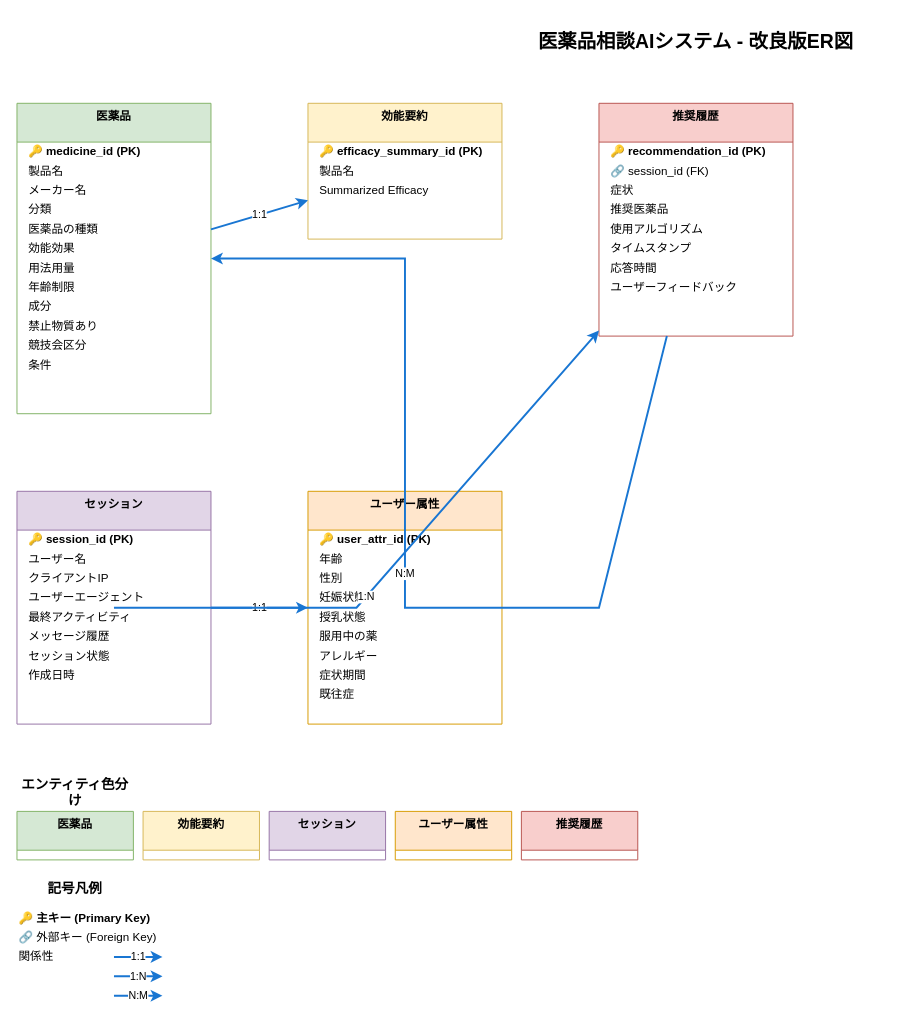
32Lwk/medicine-recommend-system keeps this draw.io diagram as docs/drowio/enhanced_er_diagram.drawio. Above is the earlier version. Source tidied: cells renumbered, new cells numbered last; positions are measured from the earlier drawing's top-left corner, leaving out a move shared by most shapes. Both pictures are drawn from the tidied source at 97%, with x=0, y=0 at pixel (16, 25).
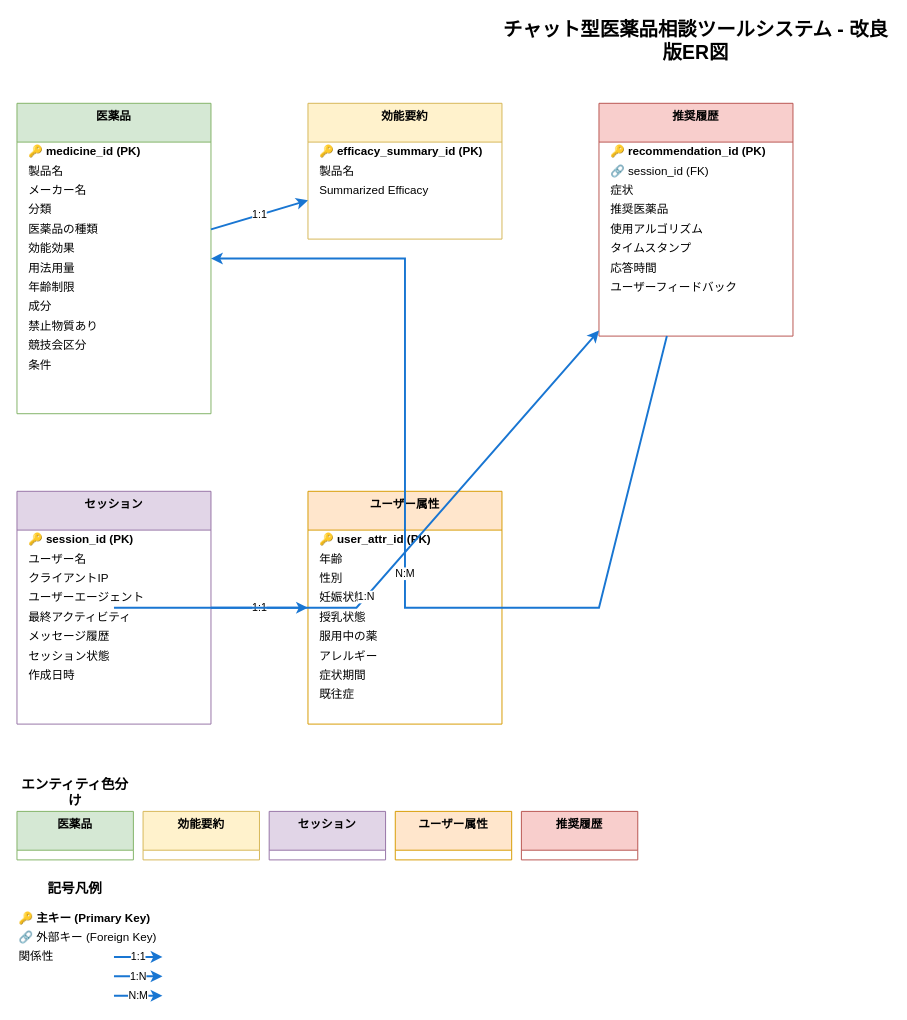
Above is the later version.

Change to the diagram source:
```diff
@@
-    <mxCell id="2" value="医薬品相談AIシステム - 改良版ER図" style="text;html=1;strokeColor=none;fillColor=none;align=center;verticalAlign=middle;whiteSpace=wrap;rounded=0;fontSize=20;fontStyle=1;" parent="1" vertex="1">
+    <mxCell id="2" value="チャット型医薬品相談ツールシステム - 改良版ER図" style="text;html=1;strokeColor=none;fillColor=none;align=center;verticalAlign=middle;whiteSpace=wrap;rounded=0;fontSize=20;fontStyle=1;" parent="1" vertex="1">
       <mxGeometry x="500" width="400" height="30" as="geometry" />
     </mxCell>
```
